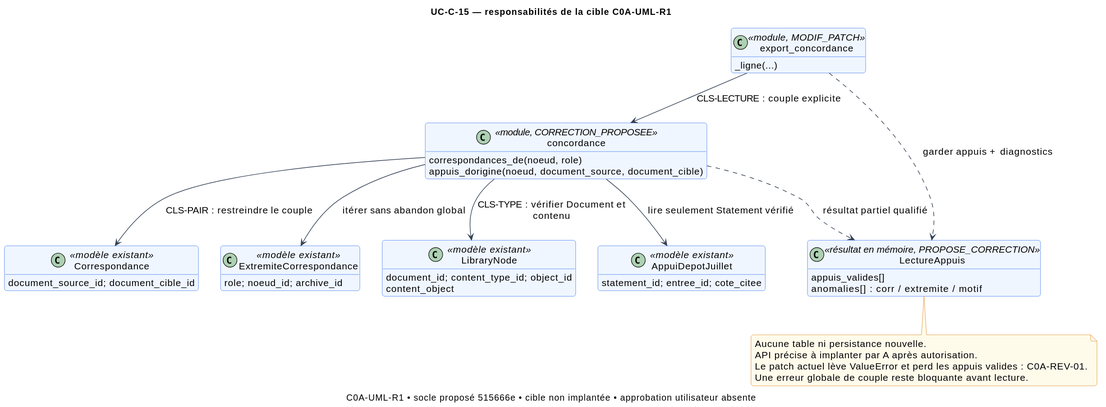
This is docs/architecture_c/use_cases/UC-C-15/class.svg from LPDavidbdeb/court, a PlantUML export, as it was before one commit. The source it was exported from:
```plantuml
@startuml
!include ../../modele_global/style.iuml
title UC-C-15 — responsabilités de la cible C0A-UML-R1
caption C0A-UML-R1 • socle proposé 515666e • cible non implantée • approbation utilisateur absente
class "concordance" as S <<module, CORRECTION_PROPOSEE>> {
  correspondances_de(noeud, role)
  appuis_dorigine(noeud, document_source, document_cible)
}
class Correspondance <<modèle existant>> {
  document_source_id; document_cible_id
}
class ExtremiteCorrespondance <<modèle existant>> {
  role; noeud_id; archive_id
}
class LibraryNode <<modèle existant>> {
  document_id; content_type_id; object_id
  content_object
}
class AppuiDepotJuillet <<modèle existant>> {
  statement_id; entree_id; cote_citee
}
S --> Correspondance : CLS-PAIR : restreindre le couple
S --> ExtremiteCorrespondance : itérer sans abandon global
S --> LibraryNode : CLS-TYPE : vérifier Document et contenu
S --> AppuiDepotJuillet : lire seulement Statement vérifié

class "export_concordance" as E <<module, MODIF_PATCH>> {
  _ligne(...)
}
class LectureAppuis <<résultat en mémoire, PROPOSE_CORRECTION>> {
  appuis_valides[]
  anomalies[] : corr / extremite / motif
}
E --> S : CLS-LECTURE : couple explicite
S ..> LectureAppuis : résultat partiel qualifié
E ..> LectureAppuis : garder appuis + diagnostics
note bottom of LectureAppuis
Aucune table ni persistance nouvelle.
API précise à implanter par A après autorisation.
Le patch actuel lève ValueError et perd les appuis valides : C0A-REV-01.
Une erreur globale de couple reste bloquante avant lecture.
end note
@enduml
```
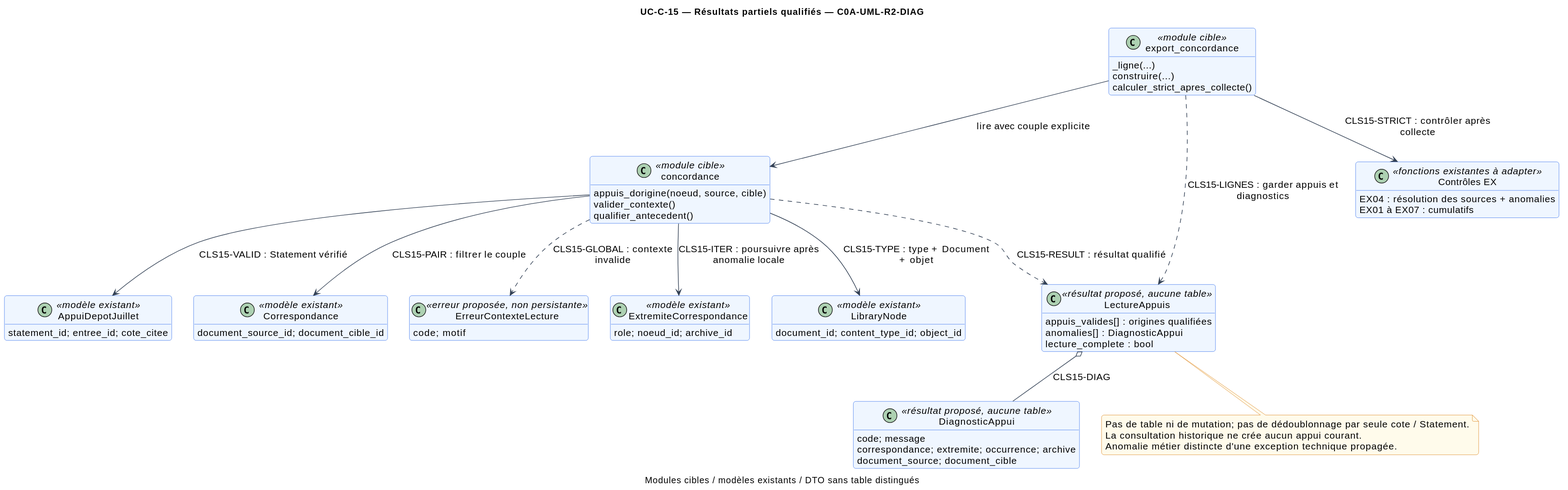
The same file after the commit.

Diff of the diagram source:
```diff
@@ -1,10 +1,11 @@
 @startuml
 !include ../../modele_global/style.iuml
-title UC-C-15 — responsabilités de la cible C0A-UML-R1
-caption C0A-UML-R1 • socle proposé 515666e • cible non implantée • approbation utilisateur absente
-class "concordance" as S <<module, CORRECTION_PROPOSEE>> {
-  correspondances_de(noeud, role)
-  appuis_dorigine(noeud, document_source, document_cible)
+title UC-C-15 — Résultats partiels qualifiés — C0A-UML-R2-DIAG
+caption Modules cibles / modèles existants / DTO sans table distingués
+class "concordance" as S <<module cible>> {
+  appuis_dorigine(noeud, source, cible)
+  valider_contexte()
+  qualifier_antecedent()
 }
 class Correspondance <<modèle existant>> {
   document_source_id; document_cible_id
@@ -14,30 +15,45 @@
 }
 class LibraryNode <<modèle existant>> {
   document_id; content_type_id; object_id
-  content_object
 }
 class AppuiDepotJuillet <<modèle existant>> {
   statement_id; entree_id; cote_citee
 }
-S --> Correspondance : CLS-PAIR : restreindre le couple
-S --> ExtremiteCorrespondance : itérer sans abandon global
-S --> LibraryNode : CLS-TYPE : vérifier Document et contenu
-S --> AppuiDepotJuillet : lire seulement Statement vérifié
-
-class "export_concordance" as E <<module, MODIF_PATCH>> {
+class LectureAppuis <<résultat proposé, aucune table>> {
+  appuis_valides[] : origines qualifiées
+  anomalies[] : DiagnosticAppui
+  lecture_complete : bool
+}
+class DiagnosticAppui <<résultat proposé, aucune table>> {
+  code; message
+  correspondance; extremite; occurrence; archive
+  document_source; document_cible
+}
+class ErreurContexteLecture <<erreur proposée, non persistante>> {
+  code; motif
+}
+class "export_concordance" as E <<module cible>> {
   _ligne(...)
+  construire(...)
+  calculer_strict_apres_collecte()
 }
-class LectureAppuis <<résultat en mémoire, PROPOSE_CORRECTION>> {
-  appuis_valides[]
-  anomalies[] : corr / extremite / motif
+class "Contrôles EX" as X <<fonctions existantes à adapter>> {
+  EX04 : résolution des sources + anomalies
+  EX01 à EX07 : cumulatifs
 }
-E --> S : CLS-LECTURE : couple explicite
-S ..> LectureAppuis : résultat partiel qualifié
-E ..> LectureAppuis : garder appuis + diagnostics
+S --> Correspondance : CLS15-PAIR : filtrer le couple
+S --> ExtremiteCorrespondance : CLS15-ITER : poursuivre après anomalie locale
+S --> LibraryNode : CLS15-TYPE : type + Document + objet
+S --> AppuiDepotJuillet : CLS15-VALID : Statement vérifié
+S ..> LectureAppuis : CLS15-RESULT : résultat qualifié
+LectureAppuis o-- DiagnosticAppui : CLS15-DIAG
+S ..> ErreurContexteLecture : CLS15-GLOBAL : contexte invalide
+E --> S : lire avec couple explicite
+E ..> LectureAppuis : CLS15-LIGNES : garder appuis et diagnostics
+E --> X : CLS15-STRICT : contrôler après collecte
 note bottom of LectureAppuis
-Aucune table ni persistance nouvelle.
-API précise à implanter par A après autorisation.
-Le patch actuel lève ValueError et perd les appuis valides : C0A-REV-01.
-Une erreur globale de couple reste bloquante avant lecture.
+Pas de table ni de mutation; pas de dédoublonnage par seule cote / Statement.
+La consultation historique ne crée aucun appui courant.
+Anomalie métier distincte d'une exception technique propagée.
 end note
 @enduml
```
